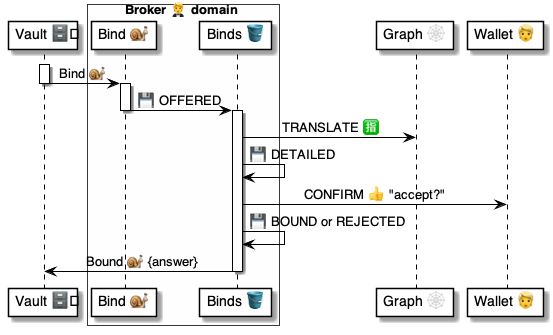
pollyweb-org/pollyweb-docs keeps this PlantUML diagram as 4 ⚙️ Solution/20 🧑‍🦰 UI/Brokers 🤵/🤵🪣 Broker tables/Binds 🔗 table/🪣🧱 10 Bind ⏩ flow/🤵 Broker.Binds.Bind ⚙️ uml.png. Above is the earlier version. Its source is kept beside it as 4 ⚙️ Solution/20 🧑‍🦰 UI/Brokers 🤵/🤵🪣 Broker tables/Binds 🔗 table/🪣🧱 10 Bind ⏩ flow/🤵 Broker.Binds.Bind ⚙️ uml.puml. Its diagram source:
```plantuml
@startuml Broker.Binds.Bind

participant "Vault 🗄️" as vault
box Broker 🤵 domain #FFFFFA
    participant "Bind 🐌" as script
    participant "Binds 🪣" as binds
end box
participant "Graph 🕸" as graph
participant "Wallet 👱" as wallet


activate vault
    vault -> script: Bind 🐌
deactivate vault

activate script
    script -> binds: 💾 OFFERED
deactivate script

activate binds
    binds -> graph: TRANSLATE 🈯
    binds -> binds: 💾 DETAILED
    binds -> wallet: CONFIRM 👍 "accept?"
    binds -> binds: 💾 BOUND or REJECTED
    binds -> vault: Bound 🐌 {answer}
deactivate binds


@enduml
```
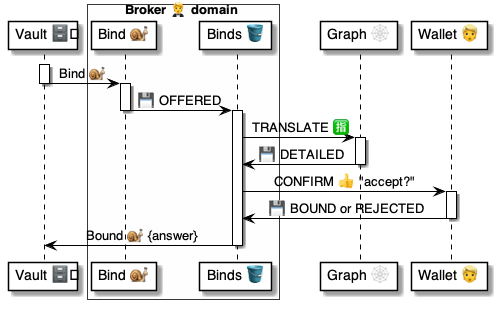
Later version of the same file.

The edit, as a diff of the source:
```diff
@@ -18,10 +18,17 @@
 deactivate script
 
 activate binds
+
     binds -> graph: TRANSLATE 🈯
-    binds -> binds: 💾 DETAILED
+    activate graph
+        graph -> binds: 💾 DETAILED
+    deactivate graph
+
     binds -> wallet: CONFIRM 👍 "accept?"
-    binds -> binds: 💾 BOUND or REJECTED
+    activate wallet
+        wallet -> binds: 💾 BOUND or REJECTED
+    deactivate wallet
+
     binds -> vault: Bound 🐌 {answer}
 deactivate binds
 
```
